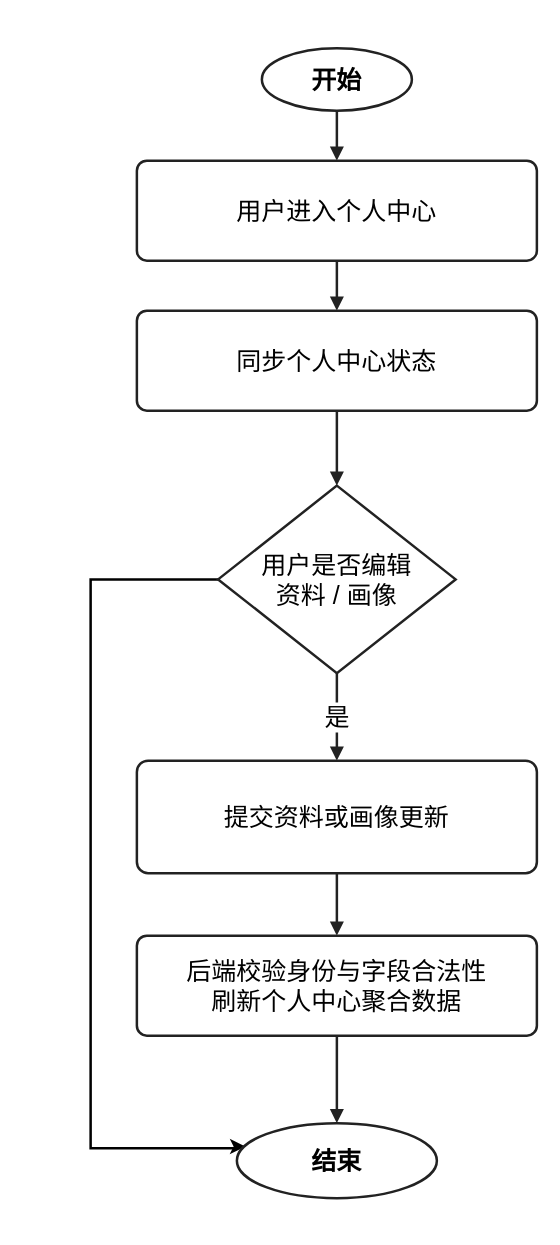
Above: DOCS/architecture-diagrams/sources/流程图/个人中心与用户画像流程图.drawio in 612cs/TrailQuest (draw.io), before the change. Source tidied: cells renumbered, new cells numbered last; positions are measured from the earlier drawing's top-left corner, leaving out a move shared by most shapes. Both pictures are drawn from the tidied source at 125%, with x=0, y=0 at pixel (90, 48).
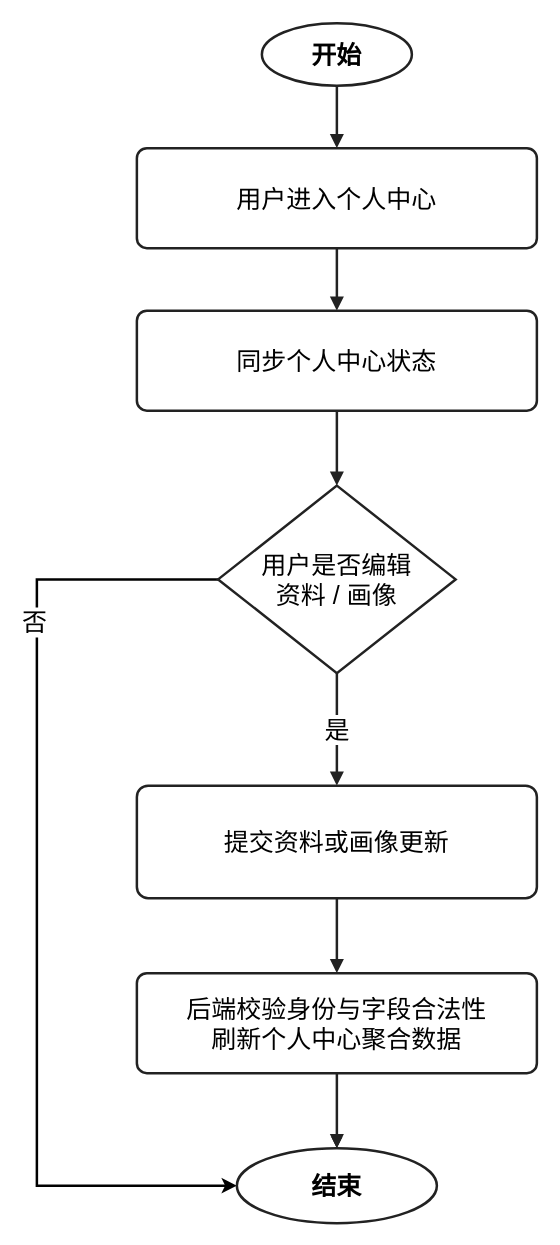
The same diagram, later.

Change to the diagram source:
```diff
@@
 <mxGraphModel>
   <root>
     <mxCell id="0" />
     <mxCell id="1" parent="0" />
     <mxCell id="2" value="开始" style="ellipse;whiteSpace=wrap;html=1;strokeColor=#222222;fillColor=none;fontSize=20;fontStyle=1;strokeWidth=2;" parent="1" vertex="1">
-      <mxGeometry x="137" width="120" height="50" as="geometry" />
+      <mxGeometry x="137" y="-20" width="120" height="50" as="geometry" />
     </mxCell>
     <mxCell id="3" value="用户进入个人中心" style="rounded=1;whiteSpace=wrap;html=1;arcSize=10;strokeColor=#222222;fillColor=none;fontSize=20;fontStyle=0;strokeWidth=2;" parent="1" vertex="1">
-      <mxGeometry x="37" y="90" width="320" height="80" as="geometry" />
+      <mxGeometry x="37" y="80" width="320" height="80" as="geometry" />
     </mxCell>
     <mxCell id="4" value="同步个人中心状态" style="rounded=1;whiteSpace=wrap;html=1;arcSize=10;strokeColor=#222222;fillColor=none;fontSize=20;fontStyle=0;strokeWidth=2;" parent="1" vertex="1">
       <mxGeometry x="37" y="210" width="320" height="80" as="geometry" />
     </mxCell>
-    <mxCell id="5" style="edgeStyle=orthogonalEdgeStyle;rounded=0;jettySize=auto;html=1;entryX=0.042;entryY=0.312;entryDx=0;entryDy=0;entryPerimeter=0;strokeWidth=2;fontSize=20;" parent="1" edge="1" source="6" target="9">
+    <mxCell id="5" style="edgeStyle=orthogonalEdgeStyle;rounded=0;jettySize=auto;html=1;entryX=0;entryY=0.5;entryDx=0;entryDy=0;strokeWidth=2;fontSize=20;" parent="1" edge="1" source="6" target="9">
       <mxGeometry relative="1" as="geometry">
         <Array as="points">
-          <mxPoint y="425" />
-          <mxPoint y="880" />
-          <mxPoint x="117" y="880" />
-          <mxPoint x="117" y="879" />
+          <mxPoint x="-43" y="425" />
+          <mxPoint x="-43" y="910" />
         </Array>
       </mxGeometry>
     </mxCell>
+    <mxCell id="16" value="&lt;font style=&quot;font-size: 20px;&quot;&gt;否&lt;/font&gt;" style="edgeLabel;html=1;align=center;verticalAlign=middle;" parent="5" vertex="1">
+      <mxGeometry x="-0.55" y="-3" relative="1" as="geometry" />
+    </mxCell>
     <mxCell id="6" value="用户是否编辑&lt;br&gt;资料 / 画像" style="rhombus;whiteSpace=wrap;html=1;strokeColor=#222222;fillColor=none;fontSize=20;strokeWidth=2;" parent="1" vertex="1">
       <mxGeometry x="102" y="350" width="190" height="150" as="geometry" />
     </mxCell>
     <mxCell id="7" value="提交资料或画像更新" style="rounded=1;whiteSpace=wrap;html=1;arcSize=10;strokeColor=#222222;fillColor=none;fontSize=20;fontStyle=0;strokeWidth=2;" parent="1" vertex="1">
-      <mxGeometry x="37" y="570" width="320" height="90" as="geometry" />
+      <mxGeometry x="37" y="590" width="320" height="90" as="geometry" />
     </mxCell>
+    <mxCell id="17" style="edgeStyle=orthogonalEdgeStyle;rounded=0;jettySize=auto;html=1;" parent="1" edge="1" source="8" target="9">
+      <mxGeometry relative="1" as="geometry" />
+    </mxCell>
     <mxCell id="8" value="后端校验身份与字段合法性&#10;刷新个人中心聚合数据" style="rounded=1;whiteSpace=wrap;html=1;arcSize=10;strokeColor=#222222;fillColor=none;fontSize=20;fontStyle=0;strokeWidth=2;" parent="1" vertex="1">
-      <mxGeometry x="37" y="710" width="320" height="80" as="geometry" />
+      <mxGeometry x="37" y="740" width="320" height="80" as="geometry" />
     </mxCell>
     <mxCell id="9" value="结束" style="ellipse;whiteSpace=wrap;html=1;strokeColor=#222222;fillColor=none;fontSize=20;fontStyle=1;strokeWidth=2;" parent="1" vertex="1">
-      <mxGeometry x="117" y="860" width="160" height="60" as="geometry" />
+      <mxGeometry x="117" y="880" width="160" height="60" as="geometry" />
     </mxCell>
     <mxCell id="10" style="edgeStyle=orthogonalEdgeStyle;rounded=0;jettySize=auto;html=1;strokeColor=#222222;endArrow=block;endFill=1;fontSize=20;strokeWidth=2;" parent="1" edge="1" source="2" target="3">
       <mxGeometry relative="1" as="geometry" />
     </mxCell>
     <mxCell id="11" style="edgeStyle=orthogonalEdgeStyle;rounded=0;jettySize=auto;html=1;strokeColor=#222222;endArrow=block;endFill=1;fontSize=20;strokeWidth=2;" parent="1" edge="1" source="3" target="4">
       <mxGeometry relative="1" as="geometry" />
     </mxCell>
     <mxCell id="12" style="edgeStyle=orthogonalEdgeStyle;rounded=0;jettySize=auto;html=1;strokeColor=#222222;endArrow=block;endFill=1;fontSize=20;strokeWidth=2;" parent="1" edge="1" source="4" target="6">
       <mxGeometry relative="1" as="geometry" />
     </mxCell>
     <mxCell id="13" value="是" style="edgeStyle=orthogonalEdgeStyle;rounded=0;jettySize=auto;html=1;strokeColor=#222222;endArrow=block;endFill=1;fontSize=20;strokeWidth=2;" parent="1" edge="1" source="6" target="7">
       <mxGeometry relative="1" as="geometry" />
     </mxCell>
     <mxCell id="14" style="edgeStyle=orthogonalEdgeStyle;rounded=0;jettySize=auto;html=1;strokeColor=#222222;endArrow=block;endFill=1;fontSize=20;strokeWidth=2;" parent="1" edge="1" source="7" target="8">
       <mxGeometry relative="1" as="geometry" />
     </mxCell>
     <mxCell id="15" style="edgeStyle=orthogonalEdgeStyle;rounded=0;jettySize=auto;html=1;strokeColor=#222222;endArrow=block;endFill=1;fontSize=20;strokeWidth=2;" parent="1" edge="1" source="8" target="9">
       <mxGeometry relative="1" as="geometry" />
     </mxCell>
   </root>
 </mxGraphModel>
```
